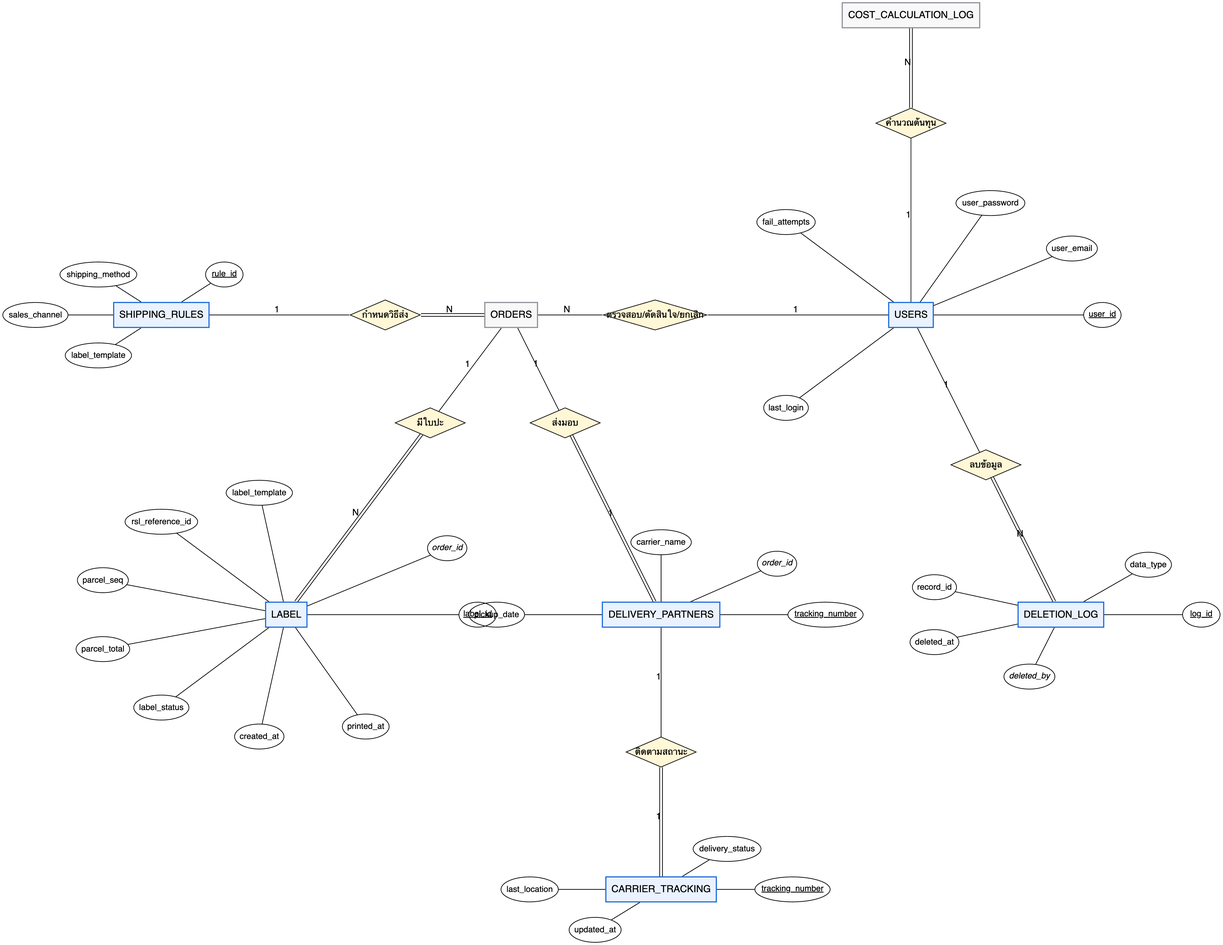
Above: 04-chapter2-diagrams-database/diagrams/png/er-2.png in xbpkdi/321-sa-proj (Graphviz), before the change. Its source is kept beside it as 04-chapter2-diagrams-database/diagrams/src/er-2.dot.
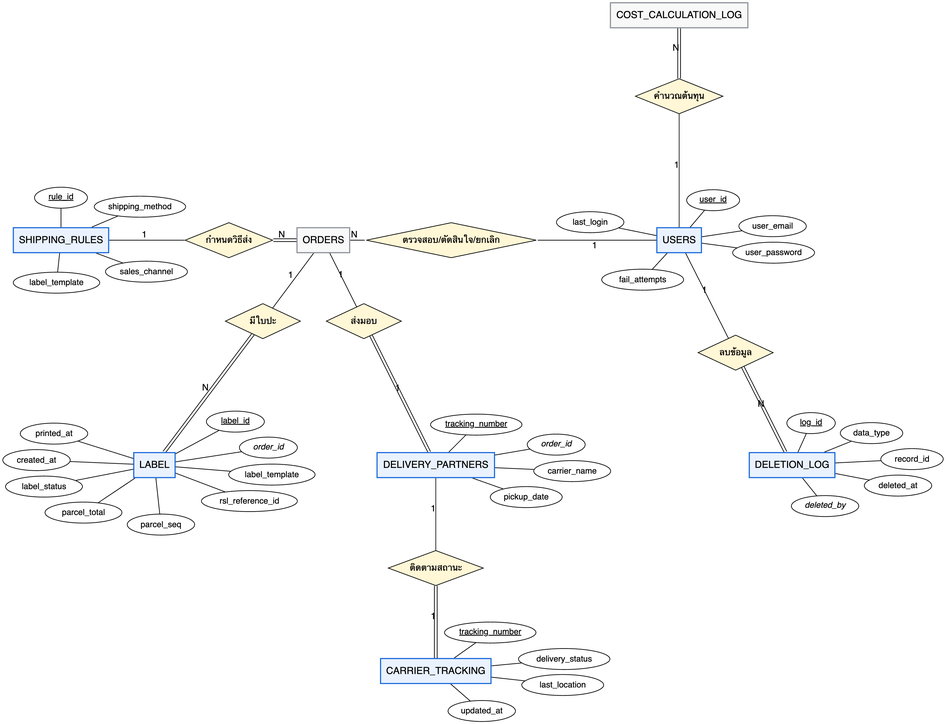
Later version of the same file.

Change to the diagram source:
```diff
@@ -1,95 +1,95 @@
 graph ER {
   layout=neato; overlap=true; splines=line; outputorder=edgesfirst;
   node [fontname="Helvetica", fontsize=14]; edge [fontname="Helvetica", fontsize=13];
-  "users" [pos="8.00,0.00!", shape=box, style="filled", fillcolor="#e9f2fe", color="#1868db", penwidth=1.6, label="USERS"];
-  "users.user_id" [pos="11.83,0.00!", shape=ellipse, label=<<u>user_id</u>>, fontsize=12, margin="0.04,0.02"];
+  "rel0" [pos="7.12,2.88!", shape=diamond, style=filled, fillcolor="#fff7d6", label="คำนวณต้นทุน", fontsize=13, fixedsize=true, width=1.75, height=0.7];
+  "users" -- "rel0" [label="1"];
+  "rel0" -- "cost_calculation_log" [label="N", color="black:invis:black"];
+  "rel1" [pos="-1.89,0.00!", shape=diamond, style=filled, fillcolor="#fff7d6", label="กำหนดวิธีส่ง", fontsize=13, fixedsize=true, width=1.75, height=0.7];
+  "shipping_rules" -- "rel1" [label="1"];
+  "rel1" -- "orders" [label="N", color="black:invis:black"];
+  "rel2" [pos="2.56,0.00!", shape=diamond, style=filled, fillcolor="#fff7d6", label="ตรวจสอบ/ตัดสินใจ/ยกเลิก", fontsize=13, fixedsize=true, width=3.40, height=0.7];
+  "users" -- "rel2" [label="1"];
+  "rel2" -- "orders" [label="N"];
+  "rel3" [pos="-1.21,-1.62!", shape=diamond, style=filled, fillcolor="#fff7d6", label="มีใบปะ", fontsize=13, fixedsize=true, width=1.50, height=0.7];
+  "orders" -- "rel3" [label="1"];
+  "rel3" -- "label" [label="N", color="black:invis:black"];
+  "rel4" [pos="0.81,-1.62!", shape=diamond, style=filled, fillcolor="#fff7d6", label="ส่งมอบ", fontsize=13, fixedsize=true, width=1.50, height=0.7];
+  "orders" -- "rel4" [label="1"];
+  "rel4" -- "delivery_partners" [label="1", color="black:invis:black"];
+  "rel5" [pos="2.25,-6.56!", shape=diamond, style=filled, fillcolor="#fff7d6", label="ติดตามสถานะ", fontsize=13, fixedsize=true, width=1.90, height=0.7];
+  "delivery_partners" -- "rel5" [label="1"];
+  "rel5" -- "carrier_tracking" [label="1", color="black:invis:black"];
+  "rel6" [pos="8.25,-2.25!", shape=diamond, style=filled, fillcolor="#fff7d6", label="ลบข้อมูล", fontsize=13, fixedsize=true, width=1.50, height=0.7];
+  "users" -- "rel6" [label="1"];
+  "rel6" -- "deletion_log" [label="N", color="black:invis:black"];
+  "users" [pos="7.12,0.00!", shape=box, style="filled", fillcolor="#e9f2fe", color="#1868db", penwidth=1.6, label="USERS"];
+  "users.user_id" [pos="7.80,0.80!", shape=ellipse, style=filled, fillcolor=white, label=<<u>user_id</u>>, fontsize=12, fixedsize=true, width=1.06, height=0.42];
   "users" -- "users.user_id";
-  "users.user_email" [pos="11.22,1.33!", shape=ellipse, label="user_email", fontsize=12, margin="0.04,0.02"];
+  "users.user_email" [pos="8.99,0.28!", shape=ellipse, style=filled, fillcolor=white, label="user_email", fontsize=12, fixedsize=true, width=1.35, height=0.42];
   "users" -- "users.user_email";
-  "users.user_password" [pos="9.59,2.24!", shape=ellipse, label="user_password", fontsize=12, margin="0.04,0.02"];
+  "users.user_password" [pos="9.01,-0.25!", shape=ellipse, style=filled, fillcolor=white, label="user_password", fontsize=12, fixedsize=true, width=1.64, height=0.42];
   "users" -- "users.user_password";
-  "users.fail_attempts" [pos="5.50,1.86!", shape=ellipse, label="fail_attempts", fontsize=12, margin="0.04,0.02"];
+  "users.fail_attempts" [pos="6.39,-0.79!", shape=ellipse, style=filled, fillcolor=white, label="fail_attempts", fontsize=12, fixedsize=true, width=1.64, height=0.42];
   "users" -- "users.fail_attempts";
-  "users.last_login" [pos="5.50,-1.86!", shape=ellipse, label="last_login", fontsize=12, margin="0.04,0.02"];
+  "users.last_login" [pos="5.34,0.36!", shape=ellipse, style=filled, fillcolor=white, label="last_login", fontsize=12, fixedsize=true, width=1.35, height=0.42];
   "users" -- "users.last_login";
-  "cost_calculation_log" [pos="8.00,6.00!", shape=box, style="filled", fillcolor="#f8f8f8", color="#8c8f97", penwidth=1.6, label="COST_CALCULATION_LOG"];
-  "shipping_rules" [pos="-7.00,0.00!", shape=box, style="filled", fillcolor="#e9f2fe", color="#1868db", penwidth=1.6, label="SHIPPING_RULES"];
-  "shipping_rules.rule_id" [pos="-5.74,0.81!", shape=ellipse, label=<<u>rule_id</u>>, fontsize=12, margin="0.04,0.02"];
+  "cost_calculation_log" [pos="7.12,4.50!", shape=box, style="filled", fillcolor="#f8f8f8", color="#8c8f97", penwidth=1.6, label="COST_CALCULATION_LOG"];
+  "shipping_rules" [pos="-5.25,0.00!", shape=box, style="filled", fillcolor="#e9f2fe", color="#1868db", penwidth=1.6, label="SHIPPING_RULES"];
+  "shipping_rules.rule_id" [pos="-5.25,0.85!", shape=ellipse, style=filled, fillcolor=white, label=<<u>rule_id</u>>, fontsize=12, fixedsize=true, width=1.06, height=0.42];
   "shipping_rules" -- "shipping_rules.rule_id";
-  "shipping_rules.shipping_method" [pos="-8.26,0.81!", shape=ellipse, label="shipping_method", fontsize=12, margin="0.04,0.02"];
+  "shipping_rules.shipping_method" [pos="-3.67,0.67!", shape=ellipse, style=filled, fillcolor=white, label="shipping_method", fontsize=12, fixedsize=true, width=1.83, height=0.42];
   "shipping_rules" -- "shipping_rules.shipping_method";
-  "shipping_rules.sales_channel" [pos="-9.52,0.00!", shape=ellipse, label="sales_channel", fontsize=12, margin="0.04,0.02"];
+  "shipping_rules.sales_channel" [pos="-3.54,-0.63!", shape=ellipse, style=filled, fillcolor=white, label="sales_channel", fontsize=12, fixedsize=true, width=1.64, height=0.42];
   "shipping_rules" -- "shipping_rules.sales_channel";
-  "shipping_rules.label_template" [pos="-8.26,-0.81!", shape=ellipse, label="label_template", fontsize=12, margin="0.04,0.02"];
+  "shipping_rules.label_template" [pos="-5.34,-0.85!", shape=ellipse, style=filled, fillcolor=white, label="label_template", fontsize=12, fixedsize=true, width=1.73, height=0.42];
   "shipping_rules" -- "shipping_rules.label_template";
   "orders" [pos="0.00,0.00!", shape=box, style="filled", fillcolor="#f8f8f8", color="#8c8f97", penwidth=1.6, label="ORDERS"];
-  "label" [pos="-4.50,-6.00!", shape=box, style="filled", fillcolor="#e9f2fe", color="#1868db", penwidth=1.6, label="LABEL"];
-  "label.label_id" [pos="-0.67,-6.00!", shape=ellipse, label=<<u>label_id</u>>, fontsize=12, margin="0.04,0.02"];
+  "label" [pos="-3.38,-4.50!", shape=box, style="filled", fillcolor="#e9f2fe", color="#1868db", penwidth=1.6, label="LABEL"];
+  "label.label_id" [pos="-1.76,-3.63!", shape=ellipse, style=filled, fillcolor=white, label=<<u>label_id</u>>, fontsize=12, fixedsize=true, width=1.16, height=0.42];
   "label" -- "label.label_id";
-  "label.order_id" [pos="-1.28,-4.67!", shape=ellipse, label=<<i>order_id</i>>, fontsize=12, margin="0.04,0.02"];
+  "label.order_id" [pos="-1.10,-4.15!", shape=ellipse, style=filled, fillcolor=white, label=<<i>order_id</i>>, fontsize=12, fixedsize=true, width=1.16, height=0.42];
   "label" -- "label.order_id";
-  "label.label_template" [pos="-5.04,-3.56!", shape=ellipse, label="label_template", fontsize=12, margin="0.04,0.02"];
+  "label.label_template" [pos="-1.03,-4.69!", shape=ellipse, style=filled, fillcolor=white, label="label_template", fontsize=12, fixedsize=true, width=1.73, height=0.42];
   "label" -- "label.label_template";
-  "label.rsl_reference_id" [pos="-7.00,-4.14!", shape=ellipse, label="rsl_reference_id", fontsize=12, margin="0.04,0.02"];
+  "label.rsl_reference_id" [pos="-1.48,-5.22!", shape=ellipse, style=filled, fillcolor=white, label="rsl_reference_id", fontsize=12, fixedsize=true, width=1.92, height=0.42];
   "label" -- "label.rsl_reference_id";
-  "label.parcel_seq" [pos="-8.17,-5.31!", shape=ellipse, label="parcel_seq", fontsize=12, margin="0.04,0.02"];
+  "label.parcel_seq" [pos="-3.25,-5.69!", shape=ellipse, style=filled, fillcolor=white, label="parcel_seq", fontsize=12, fixedsize=true, width=1.35, height=0.42];
   "label" -- "label.parcel_seq";
-  "label.parcel_total" [pos="-8.17,-6.69!", shape=ellipse, label="parcel_total", fontsize=12, margin="0.04,0.02"];
+  "label.parcel_total" [pos="-4.80,-5.45!", shape=ellipse, style=filled, fillcolor=white, label="parcel_total", fontsize=12, fixedsize=true, width=1.54, height=0.42];
   "label" -- "label.parcel_total";
-  "label.label_status" [pos="-7.00,-7.86!", shape=ellipse, label="label_status", fontsize=12, margin="0.04,0.02"];
+  "label.label_status" [pos="-5.59,-4.93!", shape=ellipse, style=filled, fillcolor=white, label="label_status", fontsize=12, fixedsize=true, width=1.54, height=0.42];
   "label" -- "label.label_status";
-  "label.created_at" [pos="-5.04,-8.44!", shape=ellipse, label="created_at", fontsize=12, margin="0.04,0.02"];
+  "label.created_at" [pos="-5.74,-4.40!", shape=ellipse, style=filled, fillcolor=white, label="created_at", fontsize=12, fixedsize=true, width=1.35, height=0.42];
   "label" -- "label.created_at";
-  "label.printed_at" [pos="-2.91,-8.24!", shape=ellipse, label="printed_at", fontsize=12, margin="0.04,0.02"];
+  "label.printed_at" [pos="-5.39,-3.87!", shape=ellipse, style=filled, fillcolor=white, label="printed_at", fontsize=12, fixedsize=true, width=1.35, height=0.42];
   "label" -- "label.printed_at";
-  "delivery_partners" [pos="3.00,-6.00!", shape=box, style="filled", fillcolor="#e9f2fe", color="#1868db", penwidth=1.6, label="DELIVERY_PARTNERS"];
-  "delivery_partners.tracking_number" [pos="6.29,-6.00!", shape=ellipse, label=<<u>tracking_number</u>>, fontsize=12, margin="0.04,0.02"];
+  "delivery_partners" [pos="2.25,-4.50!", shape=box, style="filled", fillcolor="#e9f2fe", color="#1868db", penwidth=1.6, label="DELIVERY_PARTNERS"];
+  "delivery_partners.tracking_number" [pos="3.06,-3.69!", shape=ellipse, style=filled, fillcolor=white, label=<<u>tracking_number</u>>, fontsize=12, fixedsize=true, width=1.83, height=0.42];
   "delivery_partners" -- "delivery_partners.tracking_number";
-  "delivery_partners.order_id" [pos="5.32,-4.98!", shape=ellipse, label=<<i>order_id</i>>, fontsize=12, margin="0.04,0.02"];
+  "delivery_partners.order_id" [pos="4.66,-4.09!", shape=ellipse, style=filled, fillcolor=white, label=<<i>order_id</i>>, fontsize=12, fixedsize=true, width=1.16, height=0.42];
   "delivery_partners" -- "delivery_partners.order_id";
-  "delivery_partners.carrier_name" [pos="3.00,-4.55!", shape=ellipse, label="carrier_name", fontsize=12, margin="0.04,0.02"];
+  "delivery_partners.carrier_name" [pos="4.98,-4.62!", shape=ellipse, style=filled, fillcolor=white, label="carrier_name", fontsize=12, fixedsize=true, width=1.54, height=0.42];
   "delivery_partners" -- "delivery_partners.carrier_name";
-  "delivery_partners.pickup_date" [pos="-0.29,-6.00!", shape=ellipse, label="pickup_date", fontsize=12, margin="0.04,0.02"];
+  "delivery_partners.pickup_date" [pos="4.06,-5.14!", shape=ellipse, style=filled, fillcolor=white, label="pickup_date", fontsize=12, fixedsize=true, width=1.44, height=0.42];
   "delivery_partners" -- "delivery_partners.pickup_date";
-  "carrier_tracking" [pos="3.00,-11.50!", shape=box, style="filled", fillcolor="#e9f2fe", color="#1868db", penwidth=1.6, label="CARRIER_TRACKING"];
-  "carrier_tracking.tracking_number" [pos="5.63,-11.50!", shape=ellipse, label=<<u>tracking_number</u>>, fontsize=12, margin="0.04,0.02"];
+  "carrier_tracking" [pos="2.25,-8.62!", shape=box, style="filled", fillcolor="#e9f2fe", color="#1868db", penwidth=1.6, label="CARRIER_TRACKING"];
+  "carrier_tracking.tracking_number" [pos="3.34,-7.85!", shape=ellipse, style=filled, fillcolor=white, label=<<u>tracking_number</u>>, fontsize=12, fixedsize=true, width=1.83, height=0.42];
   "carrier_tracking" -- "carrier_tracking.tracking_number";
-  "carrier_tracking.delivery_status" [pos="4.32,-10.69!", shape=ellipse, label="delivery_status", fontsize=12, margin="0.04,0.02"];
+  "carrier_tracking.delivery_status" [pos="4.82,-8.38!", shape=ellipse, style=filled, fillcolor=white, label="delivery_status", fontsize=12, fixedsize=true, width=1.83, height=0.42];
   "carrier_tracking" -- "carrier_tracking.delivery_status";
-  "carrier_tracking.last_location" [pos="0.37,-11.50!", shape=ellipse, label="last_location", fontsize=12, margin="0.04,0.02"];
+  "carrier_tracking.last_location" [pos="4.79,-8.90!", shape=ellipse, style=filled, fillcolor=white, label="last_location", fontsize=12, fixedsize=true, width=1.64, height=0.42];
   "carrier_tracking" -- "carrier_tracking.last_location";
-  "carrier_tracking.updated_at" [pos="1.68,-12.31!", shape=ellipse, label="updated_at", fontsize=12, margin="0.04,0.02"];
+  "carrier_tracking.updated_at" [pos="3.17,-9.42!", shape=ellipse, style=filled, fillcolor=white, label="updated_at", fontsize=12, fixedsize=true, width=1.35, height=0.42];
   "carrier_tracking" -- "carrier_tracking.updated_at";
-  "deletion_log" [pos="11.00,-6.00!", shape=box, style="filled", fillcolor="#e9f2fe", color="#1868db", penwidth=1.6, label="DELETION_LOG"];
-  "deletion_log.log_id" [pos="13.81,-6.00!", shape=ellipse, label=<<u>log_id</u>>, fontsize=12, margin="0.04,0.02"];
+  "deletion_log" [pos="9.38,-4.50!", shape=box, style="filled", fillcolor="#e9f2fe", color="#1868db", penwidth=1.6, label="DELETION_LOG"];
+  "deletion_log.log_id" [pos="9.76,-3.66!", shape=ellipse, style=filled, fillcolor=white, label=<<u>log_id</u>>, fontsize=12, fixedsize=true, width=0.97, height=0.42];
   "deletion_log" -- "deletion_log.log_id";
-  "deletion_log.data_type" [pos="12.75,-5.00!", shape=ellipse, label="data_type", fontsize=12, margin="0.04,0.02"];
+  "deletion_log.data_type" [pos="10.97,-3.86!", shape=ellipse, style=filled, fillcolor=white, label="data_type", fontsize=12, fixedsize=true, width=1.25, height=0.42];
   "deletion_log" -- "deletion_log.data_type";
-  "deletion_log.record_id" [pos="8.47,-5.45!", shape=ellipse, label="record_id", fontsize=12, margin="0.04,0.02"];
+  "deletion_log.record_id" [pos="11.78,-4.38!", shape=ellipse, style=filled, fillcolor=white, label="record_id", fontsize=12, fixedsize=true, width=1.25, height=0.42];
   "deletion_log" -- "deletion_log.record_id";
-  "deletion_log.deleted_at" [pos="8.47,-6.55!", shape=ellipse, label="deleted_at", fontsize=12, margin="0.04,0.02"];
+  "deletion_log.deleted_at" [pos="11.50,-4.91!", shape=ellipse, style=filled, fillcolor=white, label="deleted_at", fontsize=12, fixedsize=true, width=1.35, height=0.42];
   "deletion_log" -- "deletion_log.deleted_at";
-  "deletion_log.deleted_by" [pos="10.37,-7.24!", shape=ellipse, label=<<i>deleted_by</i>>, fontsize=12, margin="0.04,0.02"];
+  "deletion_log.deleted_by" [pos="10.04,-5.32!", shape=ellipse, style=filled, fillcolor=white, label=<<i>deleted_by</i>>, fontsize=12, fixedsize=true, width=1.35, height=0.42];
   "deletion_log" -- "deletion_log.deleted_by";
-  "rel0" [pos="8.00,3.84!", shape=diamond, style=filled, fillcolor="#fff7d6", label="คำนวณต้นทุน", fontsize=13, fixedsize=true, width=1.40, height=0.6];
-  "users" -- "rel0" [label="1"];
-  "rel0" -- "cost_calculation_log" [label="N", color="black:invis:black"];
-  "rel1" [pos="-2.52,0.00!", shape=diamond, style=filled, fillcolor="#fff7d6", label="กำหนดวิธีส่ง", fontsize=13, fixedsize=true, width=1.40, height=0.6];
-  "shipping_rules" -- "rel1" [label="1"];
-  "rel1" -- "orders" [label="N", color="black:invis:black"];
-  "rel2" [pos="2.88,0.00!", shape=diamond, style=filled, fillcolor="#fff7d6", label="ตรวจสอบ/ตัดสินใจ/ยกเลิก", fontsize=13, fixedsize=true, width=2.07, height=0.6];
-  "users" -- "rel2" [label="1"];
-  "rel2" -- "orders" [label="N"];
-  "rel3" [pos="-1.62,-2.16!", shape=diamond, style=filled, fillcolor="#fff7d6", label="มีใบปะ", fontsize=13, fixedsize=true, width=1.40, height=0.6];
-  "orders" -- "rel3" [label="1"];
-  "rel3" -- "label" [label="N", color="black:invis:black"];
-  "rel4" [pos="1.08,-2.16!", shape=diamond, style=filled, fillcolor="#fff7d6", label="ส่งมอบ", fontsize=13, fixedsize=true, width=1.40, height=0.6];
-  "orders" -- "rel4" [label="1"];
-  "rel4" -- "delivery_partners" [label="1", color="black:invis:black"];
-  "rel5" [pos="3.00,-8.75!", shape=diamond, style=filled, fillcolor="#fff7d6", label="ติดตามสถานะ", fontsize=13, fixedsize=true, width=1.40, height=0.6];
-  "delivery_partners" -- "rel5" [label="1"];
-  "rel5" -- "carrier_tracking" [label="1", color="black:invis:black"];
-  "rel6" [pos="9.50,-3.00!", shape=diamond, style=filled, fillcolor="#fff7d6", label="ลบข้อมูล", fontsize=13, fixedsize=true, width=1.40, height=0.6];
-  "users" -- "rel6" [label="1"];
-  "rel6" -- "deletion_log" [label="N", color="black:invis:black"];
 }
```
